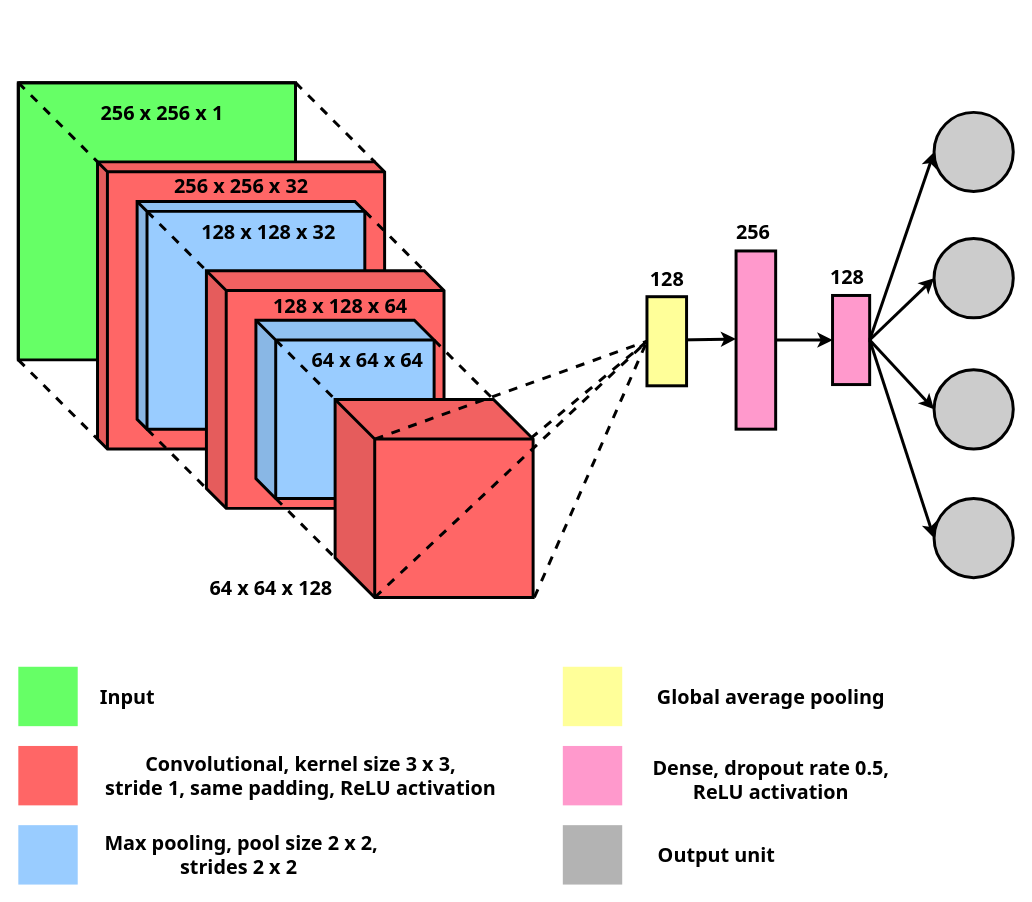
This is models/Phase classifiers/plots/architecture diagrams/v3_conv_3.drawio from jjheaton99/Liquid-Crystals-DL, a draw.io file, before an edit. Source tidied: cells renumbered, new cells numbered last; positions are measured from the earlier drawing's top-left corner, leaving out a move shared by most shapes. Both pictures are drawn from the tidied source at 99%, with x=0, y=0 at pixel (18, 82).
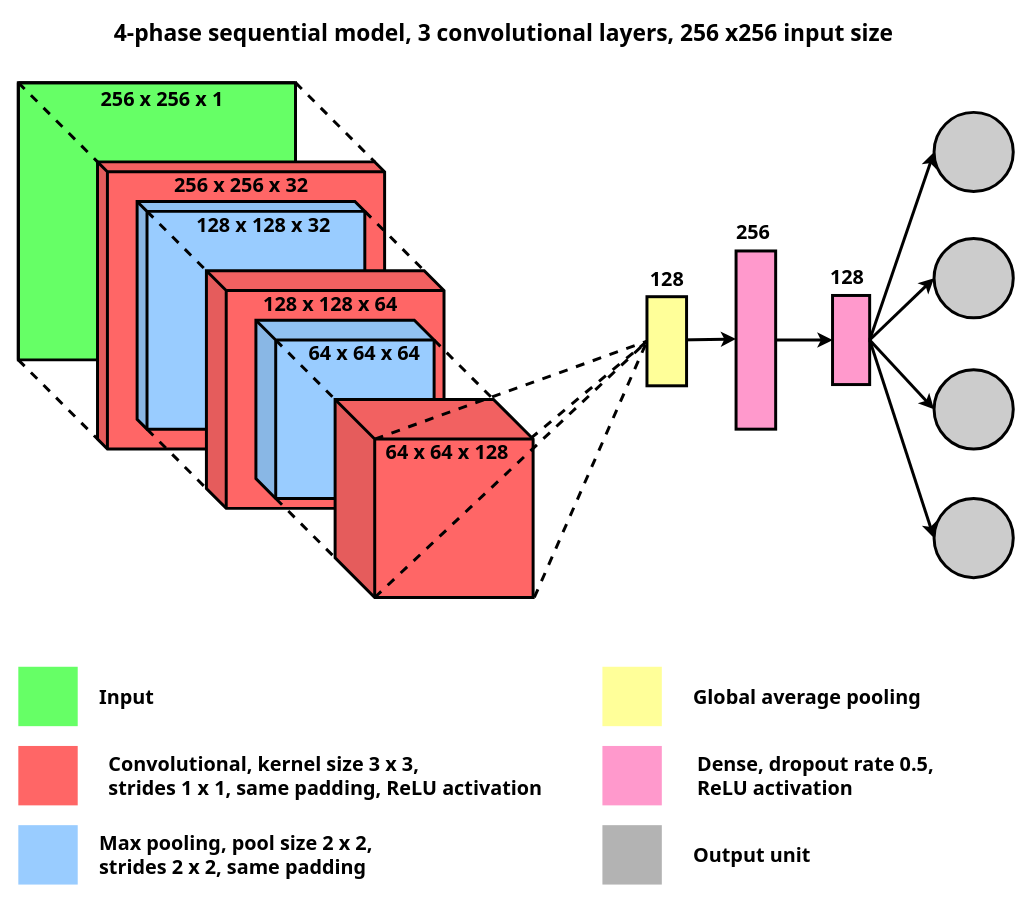
The same diagram, later.

Diff of the diagram source:
```diff
@@
     <mxCell id="30" value="&lt;font style=&quot;font-size: 20px&quot; face=&quot;Tahoma&quot;&gt;&lt;b&gt;256 x 256 x 1&lt;/b&gt;&lt;/font&gt;" style="text;html=1;align=center;verticalAlign=middle;" parent="1" vertex="1">
-      <mxGeometry x="70" y="20" width="150" height="20" as="geometry" />
+      <mxGeometry x="70" y="6" width="150" height="20" as="geometry" />
     </mxCell>
     <mxCell id="31" value="&lt;font face=&quot;Tahoma&quot;&gt;&lt;span style=&quot;font-size: 20px&quot;&gt;&lt;b&gt;256 x 256 x 32&lt;/b&gt;&lt;/span&gt;&lt;/font&gt;" style="text;html=1;align=center;verticalAlign=middle;" parent="1" vertex="1">
-      <mxGeometry x="140" y="94" width="170" height="20" as="geometry" />
+      <mxGeometry x="140" y="93" width="170" height="20" as="geometry" />
     </mxCell>
     <mxCell id="32" value="&lt;font face=&quot;Tahoma&quot;&gt;&lt;span style=&quot;font-size: 20px&quot;&gt;&lt;b&gt;128 x 128 x 32&amp;nbsp;&lt;/b&gt;&lt;/span&gt;&lt;/font&gt;" style="text;html=1;align=center;verticalAlign=middle;" parent="1" vertex="1">
-      <mxGeometry x="170" y="140" width="170" height="20" as="geometry" />
+      <mxGeometry x="165" y="133" width="170" height="20" as="geometry" />
     </mxCell>
     <mxCell id="33" value="&lt;font face=&quot;Tahoma&quot;&gt;&lt;span style=&quot;font-size: 20px&quot;&gt;&lt;b&gt;128 x 128 x 64&lt;/b&gt;&lt;/span&gt;&lt;/font&gt;" style="text;html=1;align=center;verticalAlign=middle;" parent="1" vertex="1">
-      <mxGeometry x="240" y="215" width="170" height="20" as="geometry" />
+      <mxGeometry x="230" y="212.5" width="170" height="20" as="geometry" />
     </mxCell>
     <mxCell id="34" value="&lt;font face=&quot;Tahoma&quot;&gt;&lt;span style=&quot;font-size: 20px&quot;&gt;&lt;b&gt;64 x 64 x 64&amp;nbsp;&lt;/b&gt;&lt;/span&gt;&lt;/font&gt;" style="text;html=1;align=center;verticalAlign=middle;" parent="1" vertex="1">
-      <mxGeometry x="280" y="270" width="150" height="20" as="geometry" />
+      <mxGeometry x="277" y="263.2" width="150" height="20" as="geometry" />
     </mxCell>
     <mxCell id="35" value="&lt;font face=&quot;Tahoma&quot;&gt;&lt;span style=&quot;font-size: 20px&quot;&gt;&lt;b&gt;64 x 64 x 128&lt;/b&gt;&lt;/span&gt;&lt;/font&gt;" style="text;html=1;align=center;verticalAlign=middle;" parent="1" vertex="1">
-      <mxGeometry x="180" y="500" width="150" height="20" as="geometry" />
+      <mxGeometry x="358" y="363" width="150" height="20" as="geometry" />
     </mxCell>
@@
     <mxCell id="41" style="rounded=0;whiteSpace=wrap;html=1;strokeWidth=3;fillColor=#B3B3B3;strokeColor=none;" parent="1" vertex="1">
-      <mxGeometry x="550" y="750" width="60" height="60" as="geometry" />
+      <mxGeometry x="590" y="750" width="60" height="60" as="geometry" />
     </mxCell>
@@
     <mxCell id="43" style="rounded=0;whiteSpace=wrap;html=1;strokeWidth=3;fillColor=#FFFF99;strokeColor=none;" parent="1" vertex="1">
-      <mxGeometry x="550" y="590" width="60" height="60" as="geometry" />
+      <mxGeometry x="590" y="590" width="60" height="60" as="geometry" />
     </mxCell>
     <mxCell id="44" style="rounded=0;whiteSpace=wrap;html=1;strokeWidth=3;fillColor=#FF99CC;strokeColor=none;" parent="1" vertex="1">
-      <mxGeometry x="550" y="670" width="60" height="60" as="geometry" />
+      <mxGeometry x="590" y="670" width="60" height="60" as="geometry" />
     </mxCell>
-    <mxCell id="45" value="&lt;font face=&quot;Tahoma&quot;&gt;&lt;span style=&quot;font-size: 20px&quot;&gt;&lt;b&gt;Input&lt;/b&gt;&lt;/span&gt;&lt;/font&gt;" style="text;html=1;align=center;verticalAlign=middle;" parent="1" vertex="1">
-      <mxGeometry x="75" y="610" width="70" height="20" as="geometry" />
+    <mxCell id="45" value="&lt;font face=&quot;Tahoma&quot;&gt;&lt;span style=&quot;font-size: 20px&quot;&gt;&lt;b&gt;Input&lt;/b&gt;&lt;/span&gt;&lt;/font&gt;" style="text;html=1;align=left;verticalAlign=middle;" parent="1" vertex="1">
+      <mxGeometry x="80" y="610" width="70" height="20" as="geometry" />
     </mxCell>
-    <mxCell id="46" value="&lt;font face=&quot;Tahoma&quot;&gt;&lt;span style=&quot;font-size: 20px&quot;&gt;&lt;b&gt;Convolutional, kernel size 3 x 3,&lt;br&gt;stride 1, same padding, ReLU activation&lt;br&gt;&lt;/b&gt;&lt;/span&gt;&lt;/font&gt;" style="text;html=1;align=center;verticalAlign=middle;" parent="1" vertex="1">
-      <mxGeometry x="80" y="680" width="410" height="40" as="geometry" />
+    <mxCell id="46" value="&lt;div style=&quot;text-align: left&quot;&gt;&lt;b style=&quot;font-size: 20px ; font-family: &amp;#34;tahoma&amp;#34;&quot;&gt;Convolutional, kernel size 3 x 3,&amp;nbsp;&lt;/b&gt;&lt;/div&gt;&lt;div style=&quot;text-align: left&quot;&gt;&lt;b style=&quot;font-family: &amp;#34;tahoma&amp;#34; ; font-size: 20px&quot;&gt;strides 1 x 1,&amp;nbsp;&lt;/b&gt;&lt;b style=&quot;font-family: &amp;#34;tahoma&amp;#34; ; font-size: 20px&quot;&gt;same padding, ReLU activation&lt;/b&gt;&lt;/div&gt;" style="text;html=1;align=center;verticalAlign=middle;" parent="1" vertex="1">
+      <mxGeometry x="80" y="680" width="460" height="40" as="geometry" />
     </mxCell>
-    <mxCell id="47" value="&lt;font face=&quot;Tahoma&quot;&gt;&lt;span style=&quot;font-size: 20px&quot;&gt;&lt;b&gt;Max pooling, pool size 2 x 2,&lt;br&gt;strides 2 x 2&amp;nbsp;&lt;/b&gt;&lt;/span&gt;&lt;/font&gt;" style="text;html=1;align=center;verticalAlign=middle;" parent="1" vertex="1">
-      <mxGeometry x="75" y="760" width="300" height="40" as="geometry" />
+    <mxCell id="47" value="&lt;font face=&quot;Tahoma&quot;&gt;&lt;span style=&quot;font-size: 20px&quot;&gt;&lt;b&gt;Max pooling, pool size 2 x 2,&lt;br&gt;strides 2 x 2, same padding&amp;nbsp;&lt;/b&gt;&lt;/span&gt;&lt;/font&gt;" style="text;html=1;align=left;verticalAlign=middle;" parent="1" vertex="1">
+      <mxGeometry x="80" y="760" width="300" height="40" as="geometry" />
     </mxCell>
-    <mxCell id="48" value="&lt;font face=&quot;Tahoma&quot;&gt;&lt;span style=&quot;font-size: 20px&quot;&gt;&lt;b&gt;Output unit&lt;/b&gt;&lt;/span&gt;&lt;/font&gt;" style="text;html=1;align=center;verticalAlign=middle;" parent="1" vertex="1">
-      <mxGeometry x="640" y="770" width="130" height="20" as="geometry" />
+    <mxCell id="48" value="&lt;font face=&quot;Tahoma&quot;&gt;&lt;span style=&quot;font-size: 20px&quot;&gt;&lt;b&gt;Output unit&lt;/b&gt;&lt;/span&gt;&lt;/font&gt;" style="text;html=1;align=left;verticalAlign=middle;" parent="1" vertex="1">
+      <mxGeometry x="680" y="770" width="130" height="20" as="geometry" />
     </mxCell>
-    <mxCell id="49" value="&lt;font face=&quot;Tahoma&quot;&gt;&lt;span style=&quot;font-size: 20px&quot;&gt;&lt;b&gt;Dense, dropout rate 0.5,&lt;br&gt;ReLU activation&lt;br&gt;&lt;/b&gt;&lt;/span&gt;&lt;/font&gt;" style="text;html=1;align=center;verticalAlign=middle;" parent="1" vertex="1">
-      <mxGeometry x="630" y="684" width="260" height="40" as="geometry" />
+    <mxCell id="49" value="&lt;div style=&quot;text-align: left&quot;&gt;&lt;b style=&quot;font-size: 20px ; font-family: &amp;#34;tahoma&amp;#34;&quot;&gt;Dense, dropout rate 0.5,&lt;/b&gt;&lt;/div&gt;&lt;font face=&quot;Tahoma&quot;&gt;&lt;div style=&quot;text-align: left&quot;&gt;&lt;b style=&quot;font-size: 20px&quot;&gt;ReLU activation&lt;/b&gt;&lt;/div&gt;&lt;/font&gt;" style="text;html=1;align=center;verticalAlign=middle;" parent="1" vertex="1">
+      <mxGeometry x="675" y="680" width="260" height="40" as="geometry" />
     </mxCell>
-    <mxCell id="50" value="&lt;font face=&quot;Tahoma&quot;&gt;&lt;span style=&quot;font-size: 20px&quot;&gt;&lt;b&gt;Global average pooling&lt;/b&gt;&lt;/span&gt;&lt;/font&gt;" style="text;html=1;align=center;verticalAlign=middle;" parent="1" vertex="1">
-      <mxGeometry x="635" y="610" width="250" height="20" as="geometry" />
+    <mxCell id="50" value="&lt;font face=&quot;Tahoma&quot;&gt;&lt;span style=&quot;font-size: 20px&quot;&gt;&lt;b&gt;Global average pooling&lt;/b&gt;&lt;/span&gt;&lt;/font&gt;" style="text;html=1;align=left;verticalAlign=middle;" parent="1" vertex="1">
+      <mxGeometry x="680" y="610" width="250" height="20" as="geometry" />
     </mxCell>
@@
+    <mxCell id="55" value="&lt;div style=&quot;font-size: 23px&quot;&gt;&lt;font face=&quot;tahoma&quot;&gt;&lt;b&gt;4-phase sequential model, 3 convolutional layers, 256 x256 input size&lt;/b&gt;&lt;/font&gt;&lt;/div&gt;" style="text;html=1;align=center;verticalAlign=middle;" parent="1" vertex="1">
+      <mxGeometry x="80" y="-60" width="820" height="20" as="geometry" />
+    </mxCell>
```
